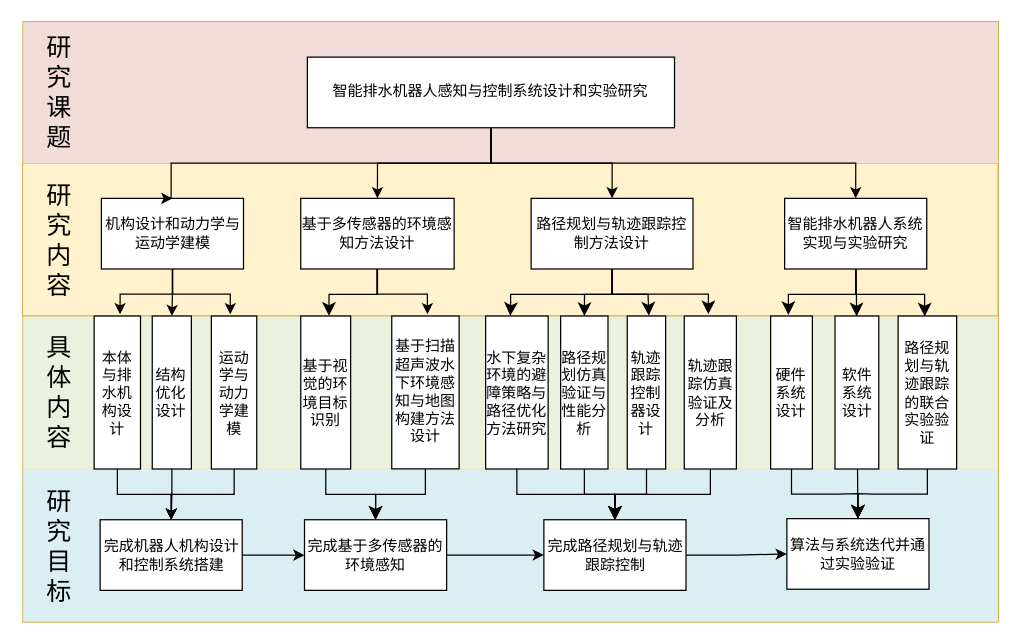
The draw.io diagram lcy.drawio in lcy958756276-dev/my_llm_training, before the edit. Source tidied: cells renumbered, new cells numbered last; positions are measured from the earlier drawing's top-left corner, leaving out a move shared by most shapes. Both pictures are drawn from the tidied source at 125%, with x=0, y=0 at pixel (21, 21).
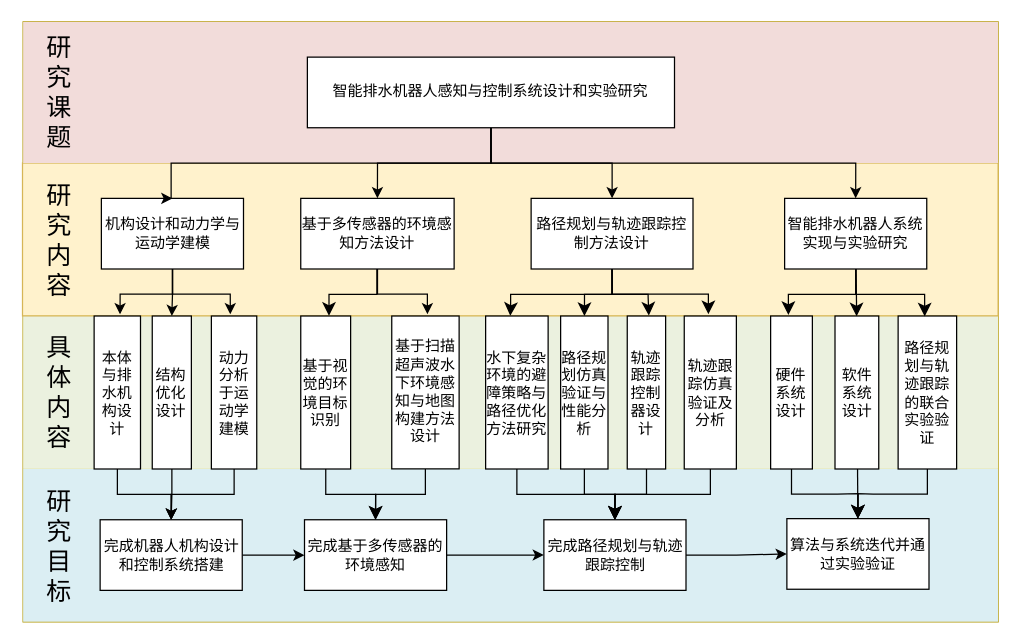
The same page after the edit.

The change refers to these unchanged cells:
```xml
<mxCell id="2" style="group;fillColor=#e3c800;fontColor=#000000;strokeColor=#B09500;" parent="1" vertex="1">
  <mxGeometry x="1" width="780" height="480" as="geometry" />
</mxCell>
```

What changed in the source:
```diff
@@
-    <mxCell id="14" value="运动学与动力学建模" style="rounded=0;whiteSpace=wrap;html=1;fontFamily=宋体;" parent="2" vertex="1">
+    <mxCell id="14" value="动力分析于运动学建模" style="rounded=0;whiteSpace=wrap;html=1;fontFamily=宋体;" parent="2" vertex="1">
       <mxGeometry x="150.6" y="235.3" width="36.3" height="122.4" as="geometry" />
     </mxCell>
```
